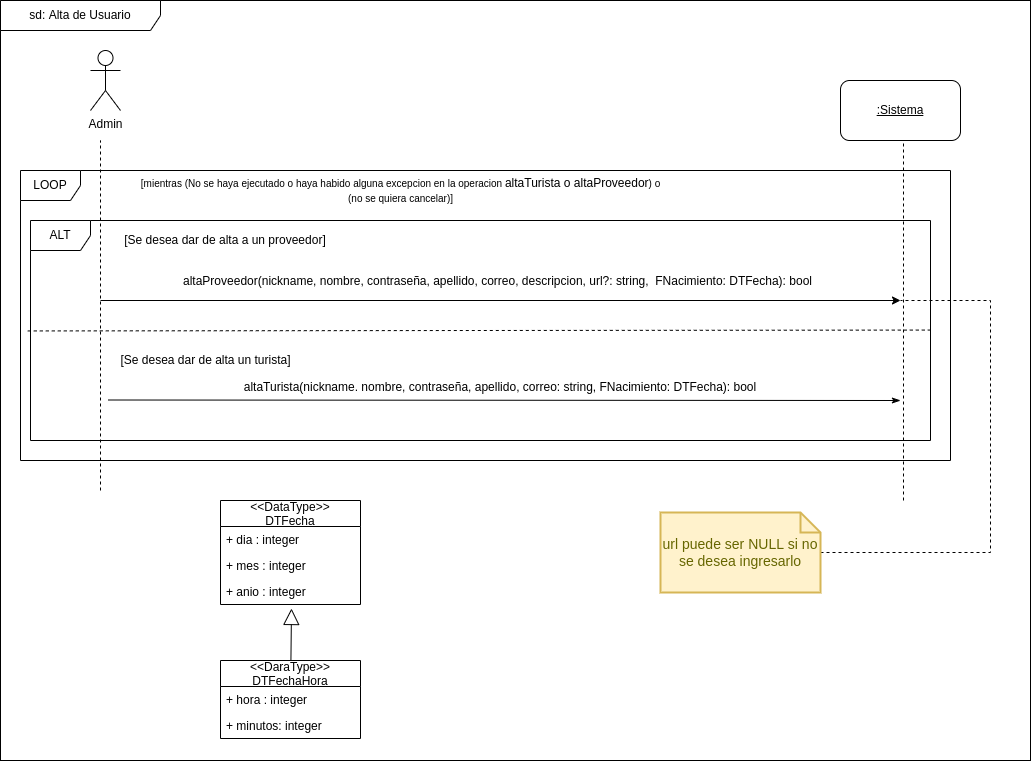
Before: docs/Iteración 2/Análisis/DSS Servidor web/altaDeUsuario.png, a diagram exported from draw.io (FacundoDiaz00/Taller-de-Programaci-n). Source tidied: cells renumbered, new cells last; positions are measured from the earlier drawing's top-left corner, leaving out a move shared by most shapes.
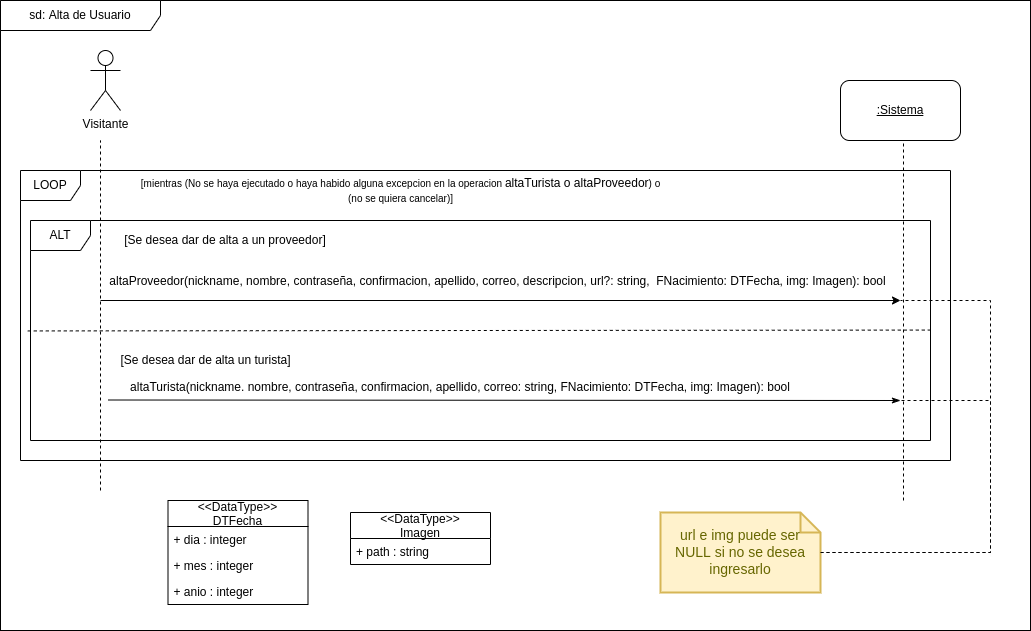
The same file after the commit.

Commit message:
Lo último no era, ahora si

What changed in the source:
```diff
@@ -3,10 +3,10 @@
     <mxCell id="0" />
     <mxCell id="1" parent="0" />
     <mxCell id="2" style="rounded=0;whiteSpace=wrap;html=1;" parent="1" vertex="1">
-      <mxGeometry width="1030" height="760" as="geometry" />
+      <mxGeometry width="1030" height="630" as="geometry" />
     </mxCell>
     <mxCell id="3" value="sd: Alta de Usuario" style="shape=umlFrame;whiteSpace=wrap;html=1;width=160;height=30;" parent="1" vertex="1">
-      <mxGeometry width="1030" height="760" as="geometry" />
+      <mxGeometry width="1030" height="630" as="geometry" />
     </mxCell>
     <mxCell id="4" value="LOOP" style="shape=umlFrame;whiteSpace=wrap;html=1;" parent="1" vertex="1">
       <mxGeometry x="20" y="170" width="930" height="290" as="geometry" />
@@ -14,7 +14,7 @@
     <mxCell id="5" value="ALT" style="shape=umlFrame;whiteSpace=wrap;html=1;" parent="1" vertex="1">
       <mxGeometry x="30" y="220" width="900" height="220" as="geometry" />
     </mxCell>
-    <mxCell id="6" value="Admin" style="shape=umlActor;verticalLabelPosition=bottom;labelBackgroundColor=#ffffff;verticalAlign=top;html=1;" parent="1" vertex="1">
+    <mxCell id="6" value="Visitante" style="shape=umlActor;verticalLabelPosition=bottom;labelBackgroundColor=#ffffff;verticalAlign=top;html=1;" parent="1" vertex="1">
       <mxGeometry x="90" y="50" width="30" height="60" as="geometry" />
     </mxCell>
     <mxCell id="7" value="&lt;u&gt;:Sistema&lt;/u&gt;" style="rounded=1;whiteSpace=wrap;html=1;" parent="1" vertex="1">
@@ -29,14 +29,14 @@
     <mxCell id="9" value="[Se desea dar de alta a un proveedor]" style="text;html=1;strokeColor=none;fillColor=none;align=center;verticalAlign=middle;whiteSpace=wrap;rounded=0;" parent="1" vertex="1">
       <mxGeometry x="110" y="230" width="230" height="20" as="geometry" />
     </mxCell>
-    <mxCell id="10" value="altaProveedor(nickname, nombre, contraseña, apellido, correo, descripcion, url?: string,&amp;nbsp;&amp;nbsp;FNacimiento: DTFecha): bool" style="text;html=1;strokeColor=none;fillColor=none;align=center;verticalAlign=middle;whiteSpace=wrap;rounded=0;fontSize=12;" parent="1" vertex="1">
+    <mxCell id="10" value="altaProveedor(nickname, nombre, contraseña, confirmacion, apellido, correo, descripcion, url?: string,&amp;nbsp;&amp;nbsp;FNacimiento: DTFecha, img: Imagen): bool" style="text;html=1;strokeColor=none;fillColor=none;align=center;verticalAlign=middle;whiteSpace=wrap;rounded=0;fontSize=12;" parent="1" vertex="1">
       <mxGeometry x="106.5" y="271" width="780.5" height="20" as="geometry" />
     </mxCell>
     <mxCell id="11" value="[Se desea dar de alta un turista]" style="text;html=1;strokeColor=none;fillColor=none;align=center;verticalAlign=middle;whiteSpace=wrap;rounded=0;" parent="1" vertex="1">
       <mxGeometry x="102.5" y="350" width="205" height="20" as="geometry" />
     </mxCell>
-    <mxCell id="12" value="altaTurista(nickname. nombre, contraseña, apellido, correo: string, FNacimiento: DTFecha): bool" style="text;html=1;strokeColor=none;fillColor=none;align=center;verticalAlign=middle;whiteSpace=wrap;rounded=0;fontSize=12;" parent="1" vertex="1">
-      <mxGeometry x="90" y="377" width="820" height="20" as="geometry" />
+    <mxCell id="12" value="altaTurista(nickname. nombre, contraseña, confirmacion,&amp;nbsp;apellido, correo: string, FNacimiento: DTFecha, img: Imagen): bool" style="text;html=1;strokeColor=none;fillColor=none;align=center;verticalAlign=middle;whiteSpace=wrap;rounded=0;fontSize=12;" parent="1" vertex="1">
+      <mxGeometry x="90" y="377" width="740" height="20" as="geometry" />
     </mxCell>
     <mxCell id="13" style="endArrow=none;dashed=1;html=1;exitX=-0.003;exitY=0.502;exitDx=0;exitDy=0;exitPerimeter=0;entryX=1.003;entryY=0.498;entryDx=0;entryDy=0;entryPerimeter=0;" parent="1" edge="1" source="5" target="5">
       <mxGeometry relative="1" as="geometry" />
@@ -68,11 +68,11 @@
         </Array>
       </mxGeometry>
     </mxCell>
-    <mxCell id="18" value="url puede ser NULL si no se desea ingresarlo" style="shape=note;strokeWidth=2;fontSize=14;size=20;whiteSpace=wrap;html=1;fillColor=#fff2cc;strokeColor=#d6b656;fontColor=#666600;" parent="1" vertex="1">
+    <mxCell id="18" value="url e img puede ser NULL si no se desea ingresarlo" style="shape=note;strokeWidth=2;fontSize=14;size=20;whiteSpace=wrap;html=1;fillColor=#fff2cc;strokeColor=#d6b656;fontColor=#666600;" parent="1" vertex="1">
       <mxGeometry x="660" y="512" width="160" height="80" as="geometry" />
     </mxCell>
     <mxCell id="19" value="&lt;&lt;DataType&gt;&gt;&#10;DTFecha" style="swimlane;fontStyle=0;horizontal=1;startSize=26;fillColor=none;" parent="1" vertex="1">
-      <mxGeometry x="220" y="500" width="140" height="104" as="geometry" />
+      <mxGeometry x="167.5" y="500" width="140" height="104" as="geometry" />
     </mxCell>
     <mxCell id="20" value="+ dia : integer" style="text;strokeColor=none;fillColor=none;align=left;verticalAlign=top;spacingLeft=4;spacingRight=4;overflow=hidden;" parent="19" vertex="1">
       <mxGeometry y="26" width="140" height="26" as="geometry" />
@@ -83,20 +83,25 @@
     <mxCell id="22" value="+ anio : integer" style="text;strokeColor=none;fillColor=none;align=left;verticalAlign=top;spacingLeft=4;spacingRight=4;overflow=hidden;points=[[0,0.5],[1,0.5]];portConstraint=eastwest;" parent="19" vertex="1">
       <mxGeometry y="78" width="140" height="26" as="geometry" />
     </mxCell>
-    <mxCell id="23" style="rounded=0;jettySize=auto;html=1;entryX=0.507;entryY=1.154;entryDx=0;entryDy=0;entryPerimeter=0;endArrow=block;endFill=0;endSize=14;" parent="1" edge="1" source="24" target="22">
-      <mxGeometry relative="1" as="geometry" />
-    </mxCell>
-    <mxCell id="24" value="&lt;&lt;DaraType&gt;&gt;&#10;DTFechaHora" style="swimlane;fontStyle=0;horizontal=1;startSize=26;fillColor=none;" parent="1" vertex="1">
-      <mxGeometry x="220" y="660" width="140" height="78" as="geometry" />
-    </mxCell>
-    <mxCell id="25" value="+ hora : integer" style="text;strokeColor=none;fillColor=none;align=left;verticalAlign=top;spacingLeft=4;spacingRight=4;overflow=hidden;" parent="24" vertex="1">
-      <mxGeometry y="26" width="140" height="26" as="geometry" />
-    </mxCell>
-    <mxCell id="26" value="+ minutos: integer" style="text;strokeColor=none;fillColor=none;align=left;verticalAlign=top;spacingLeft=4;spacingRight=4;overflow=hidden;" parent="24" vertex="1">
-      <mxGeometry y="52" width="140" height="26" as="geometry" />
-    </mxCell>
     <mxCell id="27" value="&lt;font style=&quot;font-size: 10px;&quot;&gt;[mientras (No se haya ejecutado o haya habido alguna excepcion en la operacion&amp;nbsp;&lt;span style=&quot;font-size: 12px;&quot;&gt;altaTurista o&amp;nbsp;&lt;/span&gt;&lt;span style=&quot;font-size: 12px;&quot;&gt;altaProveedor&lt;/span&gt;) o&lt;br&gt;(no se quiera cancelar)]&lt;/font&gt;" style="text;html=1;align=center;verticalAlign=middle;strokeColor=none;fillColor=none;" parent="1" vertex="1">
       <mxGeometry x="130" y="170" width="540" height="40" as="geometry" />
     </mxCell>
+    <mxCell id="28" value="&lt;&lt;DataType&gt;&gt;&#10;Imagen" style="swimlane;fontStyle=0;horizontal=1;startSize=26;fillColor=none;" parent="1" vertex="1">
+      <mxGeometry x="350" y="512" width="140" height="52" as="geometry" />
+    </mxCell>
+    <mxCell id="29" value="+ path : string" style="text;strokeColor=none;fillColor=none;align=left;verticalAlign=top;spacingLeft=4;spacingRight=4;overflow=hidden;" parent="28" vertex="1">
+      <mxGeometry y="26" width="140" height="26" as="geometry" />
+    </mxCell>
+    <mxCell id="30" style="edgeStyle=orthogonalEdgeStyle;rounded=0;orthogonalLoop=1;jettySize=auto;html=1;endArrow=none;endFill=0;dashed=1;" parent="1" edge="1">
+      <mxGeometry relative="1" as="geometry">
+        <mxPoint x="820" y="552" as="sourcePoint" />
+        <mxPoint x="900" y="400" as="targetPoint" />
+        <Array as="points">
+          <mxPoint x="990" y="552" />
+          <mxPoint x="990" y="400" />
+          <mxPoint x="900" y="400" />
+        </Array>
+      </mxGeometry>
+    </mxCell>
   </root>
 </mxGraphModel>
```
